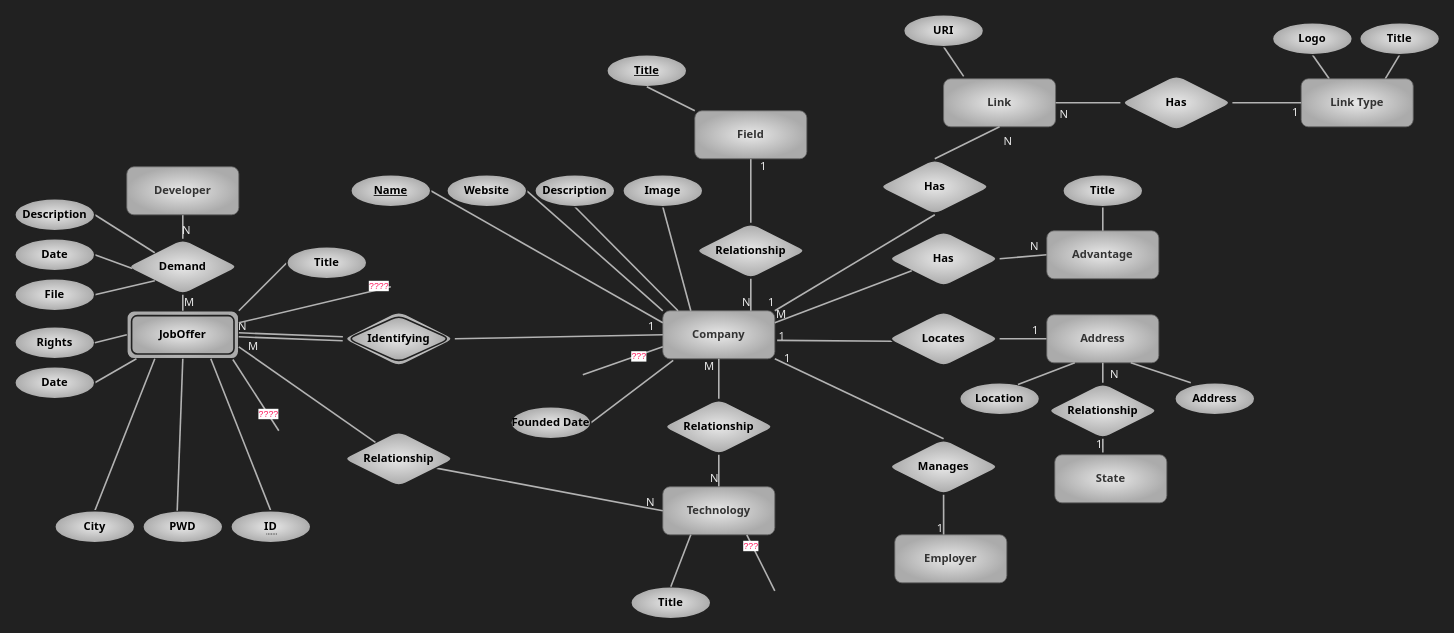
This is page "magnet" (2 of 5) of er.drawio from kntu-db/quera-db, a draw.io file, before an edit. Source tidied: cells renumbered, new cells numbered last; positions are measured from the earlier drawing's top-left corner, leaving out a move shared by most shapes. Both pictures are drawn from the tidied source at 80%, with x=0, y=0 at pixel (14, 14).
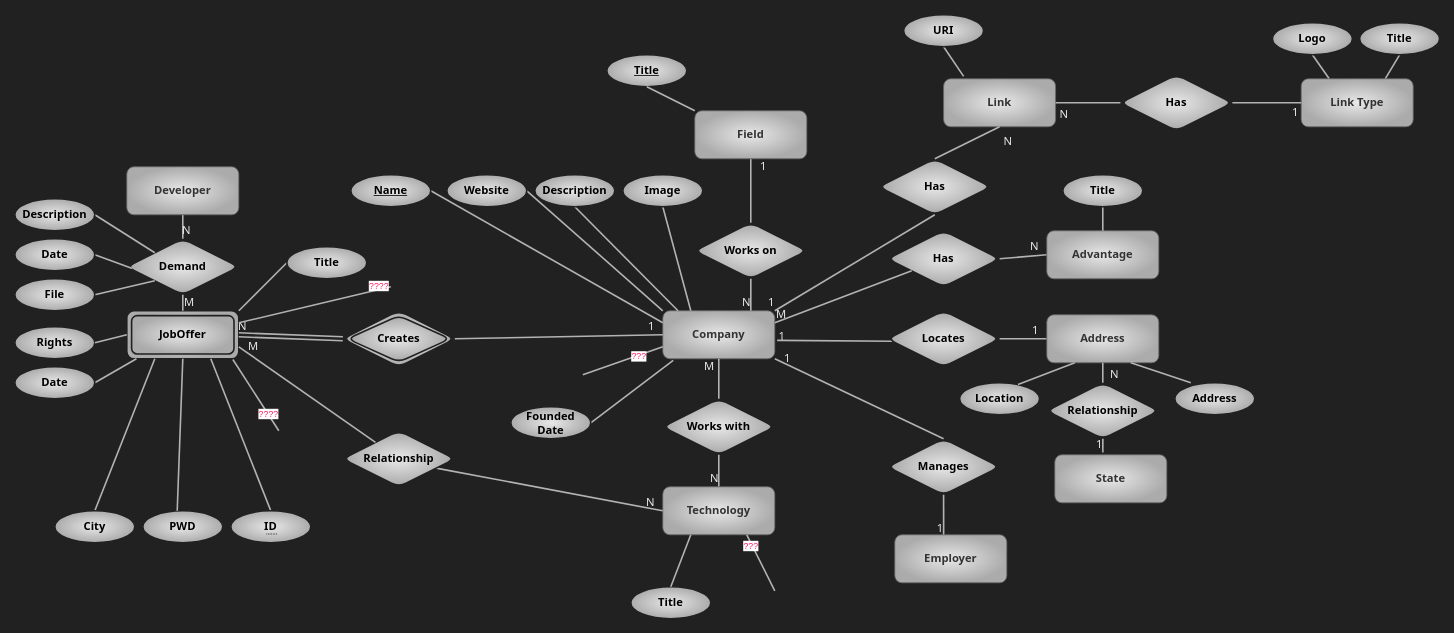
After the change.

Diff of the diagram source:
```diff
@@
-    <mxCell id="36" value="Founded Date" style="ellipse;whiteSpace=wrap;html=1;align=center;rounded=1;labelBackgroundColor=none;fontFamily=Tahoma;fontSize=14;fontColor=#000000;strokeColor=#212121;strokeWidth=2;fillColor=#E8E8E8;gradientColor=#ABABAB;gradientDirection=radial;fontStyle=1;" parent="1" vertex="1">
+    <mxCell id="36" value="Founded&lt;br&gt;Date" style="ellipse;whiteSpace=wrap;html=1;align=center;rounded=1;labelBackgroundColor=none;fontFamily=Tahoma;fontSize=14;fontColor=#000000;strokeColor=#212121;strokeWidth=2;fillColor=#E8E8E8;gradientColor=#ABABAB;gradientDirection=radial;fontStyle=1;" parent="1" vertex="1">
       <mxGeometry x="620" y="490" width="100" height="40" as="geometry" />
     </mxCell>
@@
-    <mxCell id="42" value="Relationship" style="shape=rhombus;perimeter=rhombusPerimeter;whiteSpace=wrap;html=1;align=center;rounded=1;labelBackgroundColor=none;fontFamily=Tahoma;fontSize=14;fontColor=#000000;strokeColor=#212121;strokeWidth=2;fillColor=#E8E8E8;gradientColor=#ABABAB;gradientDirection=radial;fontStyle=1;" parent="1" vertex="1">
+    <mxCell id="42" value="Works on" style="shape=rhombus;perimeter=rhombusPerimeter;whiteSpace=wrap;html=1;align=center;rounded=1;labelBackgroundColor=none;fontFamily=Tahoma;fontSize=14;fontColor=#000000;strokeColor=#212121;strokeWidth=2;fillColor=#E8E8E8;gradientColor=#ABABAB;gradientDirection=radial;fontStyle=1;" parent="1" vertex="1">
       <mxGeometry x="850" y="260" width="140" height="70" as="geometry" />
     </mxCell>
@@
-    <mxCell id="89" value="Relationship" style="shape=rhombus;perimeter=rhombusPerimeter;whiteSpace=wrap;html=1;align=center;rounded=1;labelBackgroundColor=none;fontFamily=Tahoma;fontSize=14;fontColor=#000000;strokeColor=#212121;strokeWidth=2;fillColor=#E8E8E8;gradientColor=#ABABAB;gradientDirection=radial;fontStyle=1;" parent="1" vertex="1">
+    <mxCell id="89" value="Works with" style="shape=rhombus;perimeter=rhombusPerimeter;whiteSpace=wrap;html=1;align=center;rounded=1;labelBackgroundColor=none;fontFamily=Tahoma;fontSize=14;fontColor=#000000;strokeColor=#212121;strokeWidth=2;fillColor=#E8E8E8;gradientColor=#ABABAB;gradientDirection=radial;fontStyle=1;" parent="1" vertex="1">
       <mxGeometry x="810" y="480" width="140" height="70" as="geometry" />
     </mxCell>
@@
-    <mxCell id="96" value="Identifying" style="shape=rhombus;double=1;perimeter=rhombusPerimeter;whiteSpace=wrap;html=1;align=center;rounded=1;labelBackgroundColor=none;fontFamily=Tahoma;fontSize=14;fontColor=#000000;strokeColor=#212121;strokeWidth=2;fillColor=#E8E8E8;gradientColor=#ABABAB;gradientDirection=radial;fontStyle=1;" parent="1" vertex="1">
+    <mxCell id="96" value="Creates" style="shape=rhombus;double=1;perimeter=rhombusPerimeter;whiteSpace=wrap;html=1;align=center;rounded=1;labelBackgroundColor=none;fontFamily=Tahoma;fontSize=14;fontColor=#000000;strokeColor=#212121;strokeWidth=2;fillColor=#E8E8E8;gradientColor=#ABABAB;gradientDirection=radial;fontStyle=1;" parent="1" vertex="1">
       <mxGeometry x="410" y="370" width="140" height="70" as="geometry" />
     </mxCell>
```
